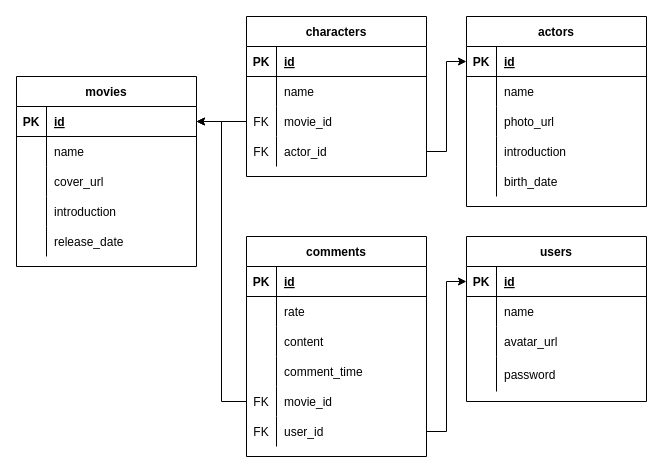
Earlier version of the draw.io diagram graphs/er.drawio (SE-starshippilot/rotten-potatoes-formal). Source tidied: cells renumbered, new cells numbered last; positions are measured from the earlier drawing's top-left corner, leaving out a move shared by most shapes. Both pictures are drawn from the tidied source at 100%, with x=0, y=0 at pixel (16, 16).
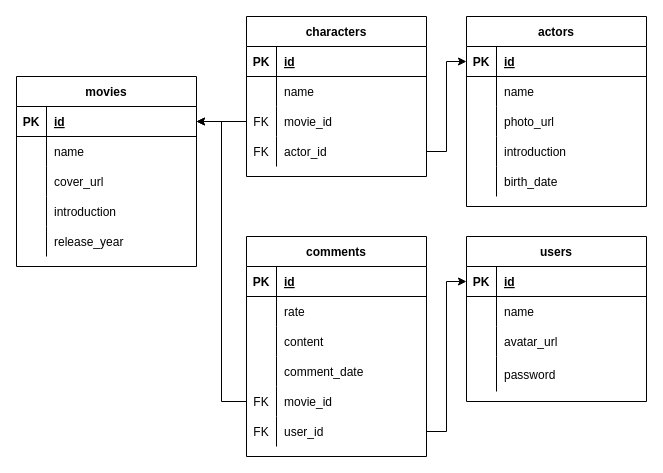
The same page after the edit.

Unchanged cells that the change refers to:
```xml
<mxCell id="58" style="shape=partialRectangle;fillColor=none;top=0;left=0;bottom=0;right=0;" parent="48" vertex="1">
  <mxGeometry y="120" width="180" height="30" as="geometry" />
</mxCell>
<mxCell id="80" style="shape=partialRectangle;fillColor=none;top=0;left=0;bottom=0;right=0;" parent="67" vertex="1">
  <mxGeometry y="150" width="180" height="30" as="geometry" />
</mxCell>
```

Diff of the diagram source:
```diff
@@
-    <mxCell id="60" value="comment_time" style="shape=partialRectangle;fillColor=none;top=0;left=0;bottom=0;right=0;align=left;spacingLeft=6;overflow=hidden;" parent="58" vertex="1">
+    <mxCell id="60" value="comment_date" style="shape=partialRectangle;fillColor=none;top=0;left=0;bottom=0;right=0;align=left;spacingLeft=6;overflow=hidden;" parent="58" vertex="1">
       <mxGeometry x="30" width="150" height="30" as="geometry" />
     </mxCell>
@@
-    <mxCell id="82" value="release_date" style="shape=partialRectangle;fillColor=none;top=0;left=0;bottom=0;right=0;align=left;spacingLeft=6;overflow=hidden;" parent="80" vertex="1">
+    <mxCell id="82" value="release_year" style="shape=partialRectangle;fillColor=none;top=0;left=0;bottom=0;right=0;align=left;spacingLeft=6;overflow=hidden;" parent="80" vertex="1">
       <mxGeometry x="30" width="150" height="30" as="geometry" />
     </mxCell>
```
